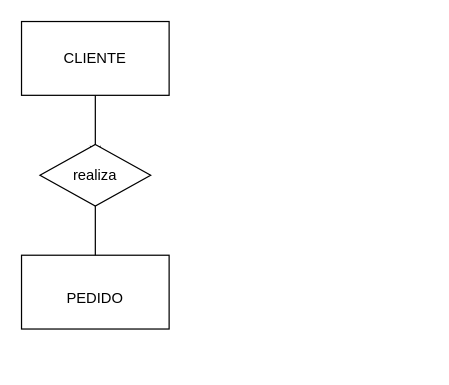
Earlier version of the draw.io diagram docs/Diagrama conceitual.drawio (gabrielruizmb/pizzaria-api). Source tidied: cells renumbered, new cells numbered last; positions are measured from the earlier drawing's top-left corner, leaving out a move shared by most shapes. Both pictures are drawn from the tidied source at 123%, with x=0, y=0 at pixel (21, -16).
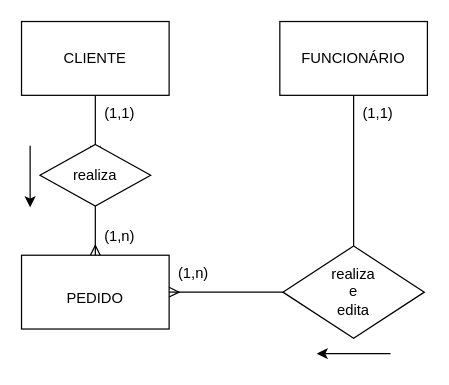
The same page after the edit.

Unchanged cells that the change refers to:
```xml
<mxCell id="10" style="rounded=0;whiteSpace=wrap;html=1;" parent="1" vertex="1">
  <mxGeometry y="220" width="120" height="60" as="geometry" />
</mxCell>
<mxCell id="13" style="rhombus;whiteSpace=wrap;html=1;" parent="1" vertex="1">
  <mxGeometry x="15" y="130" width="90" height="50" as="geometry" />
</mxCell>
```

Change to the diagram source:
```diff
@@
-    <mxCell id="12" style="edgeStyle=orthogonalEdgeStyle;rounded=0;jettySize=auto;html=1;exitX=0.5;exitY=1;exitDx=0;exitDy=0;entryX=0.5;entryY=0;entryDx=0;entryDy=0;endArrow=none;endFill=0;" parent="1" edge="1" source="13" target="10">
+    <mxCell id="12" style="edgeStyle=orthogonalEdgeStyle;rounded=0;jettySize=auto;html=1;exitX=0.5;exitY=1;exitDx=0;exitDy=0;entryX=0.5;entryY=0;entryDx=0;entryDy=0;endArrow=ERmany;endFill=0;" parent="1" edge="1" source="13" target="10">
       <mxGeometry relative="1" as="geometry" />
     </mxCell>
@@
+    <mxCell id="15" value="(1,1)" style="text;html=1;strokeColor=none;fillColor=none;align=center;verticalAlign=middle;whiteSpace=wrap;rounded=0;" parent="1" vertex="1">
+      <mxGeometry x="50" y="90" width="60" height="30" as="geometry" />
+    </mxCell>
+    <mxCell id="16" value="(1,n)" style="text;html=1;strokeColor=none;fillColor=none;align=center;verticalAlign=middle;whiteSpace=wrap;rounded=0;" parent="1" vertex="1">
+      <mxGeometry x="50" y="190" width="60" height="30" as="geometry" />
+    </mxCell>
+    <mxCell id="17" style="endArrow=classic;html=1;rounded=0;" parent="1" edge="1">
+      <mxGeometry relative="1" as="geometry">
+        <mxPoint x="7" y="131" as="sourcePoint" />
+        <mxPoint x="7" y="181" as="targetPoint" />
+      </mxGeometry>
+    </mxCell>
+    <mxCell id="18" style="edgeStyle=orthogonalEdgeStyle;rounded=0;jettySize=auto;html=1;entryX=0.5;entryY=0;entryDx=0;entryDy=0;endArrow=none;endFill=0;" parent="1" edge="1" source="19" target="22">
+      <mxGeometry relative="1" as="geometry" />
+    </mxCell>
+    <mxCell id="19" style="rounded=0;whiteSpace=wrap;html=1;" parent="1" vertex="1">
+      <mxGeometry x="210" y="30" width="120" height="60" as="geometry" />
+    </mxCell>
+    <mxCell id="20" value="FUNCIONÁRIO" style="text;html=1;strokeColor=none;fillColor=none;align=center;verticalAlign=middle;whiteSpace=wrap;rounded=0;" parent="1" vertex="1">
+      <mxGeometry x="240" y="45" width="60" height="30" as="geometry" />
+    </mxCell>
+    <mxCell id="21" style="edgeStyle=orthogonalEdgeStyle;rounded=0;jettySize=auto;html=1;exitX=0;exitY=0.5;exitDx=0;exitDy=0;entryX=1;entryY=0.5;entryDx=0;entryDy=0;endArrow=ERmany;endFill=0;" parent="1" edge="1" source="22" target="10">
+      <mxGeometry relative="1" as="geometry" />
+    </mxCell>
+    <mxCell id="22" style="rhombus;whiteSpace=wrap;html=1;" parent="1" vertex="1">
+      <mxGeometry x="212.5" y="212.5" width="115" height="75" as="geometry" />
+    </mxCell>
+    <mxCell id="23" value="realiza&lt;br&gt;e&lt;br&gt;edita" style="text;html=1;strokeColor=none;fillColor=none;align=center;verticalAlign=middle;whiteSpace=wrap;rounded=0;" parent="1" vertex="1">
+      <mxGeometry x="240" y="235" width="60" height="30" as="geometry" />
+    </mxCell>
+    <mxCell id="24" style="endArrow=classic;html=1;rounded=0;" parent="1" edge="1">
+      <mxGeometry relative="1" as="geometry">
+        <mxPoint x="300" y="300" as="sourcePoint" />
+        <mxPoint x="240" y="300" as="targetPoint" />
+      </mxGeometry>
+    </mxCell>
+    <mxCell id="25" value="(1,1)" style="text;html=1;strokeColor=none;fillColor=none;align=center;verticalAlign=middle;whiteSpace=wrap;rounded=0;" parent="1" vertex="1">
+      <mxGeometry x="260" y="90" width="60" height="30" as="geometry" />
+    </mxCell>
+    <mxCell id="26" value="(1,n)" style="text;html=1;strokeColor=none;fillColor=none;align=center;verticalAlign=middle;whiteSpace=wrap;rounded=0;" parent="1" vertex="1">
+      <mxGeometry x="110" y="220" width="60" height="30" as="geometry" />
+    </mxCell>
```
